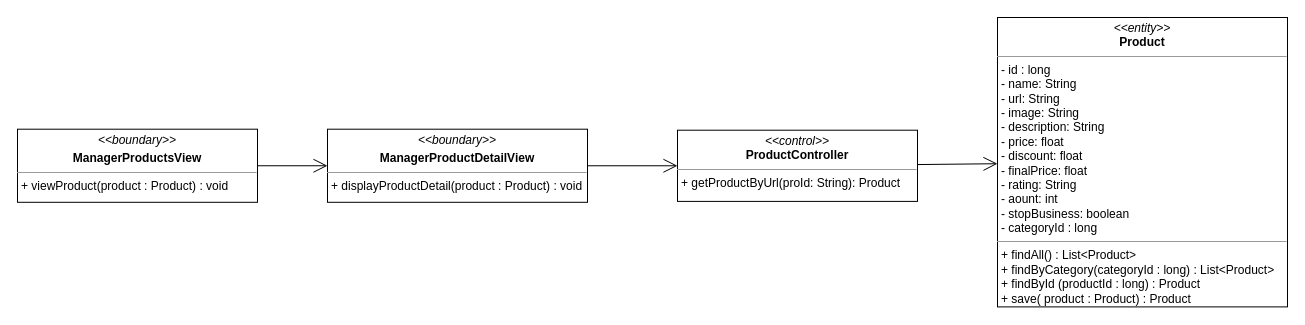
Earlier version of the draw.io diagram class diagram/manager-product-detail-class-diagram.drawio (nguyenphamvan/datn_20202). Source tidied: cells renumbered, new cells numbered last; positions are measured from the earlier drawing's top-left corner, leaving out a move shared by most shapes. Both pictures are drawn from the tidied source at 100%, with x=0, y=0 at pixel (17, 17).
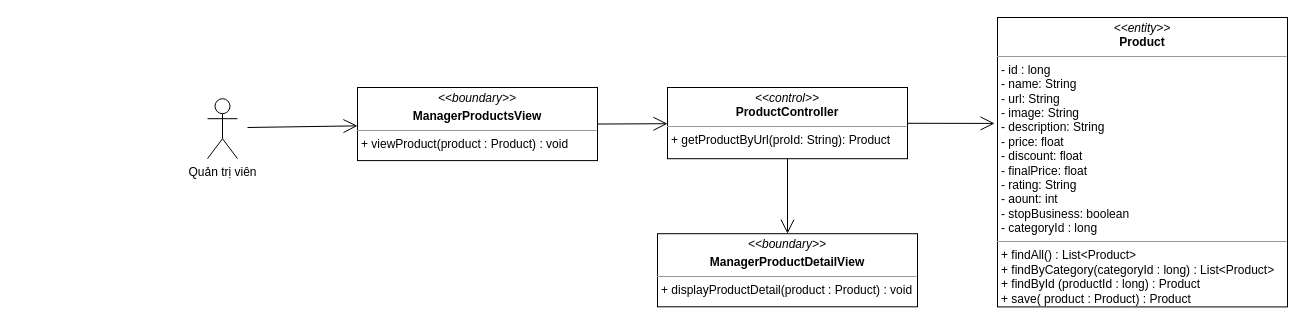
Above is the later version.

What changed in the source:
```diff
@@
 <mxGraphModel>
   <root>
     <mxCell id="0" />
     <mxCell id="1" parent="0" />
     <mxCell id="2" value="&lt;p style=&quot;margin: 0px ; margin-top: 4px ; text-align: center&quot;&gt;&lt;i&gt;&amp;lt;&amp;lt;boundary&amp;gt;&amp;gt;&lt;/i&gt;&lt;/p&gt;&lt;p style=&quot;margin: 0px ; margin-top: 4px ; text-align: center&quot;&gt;&lt;b&gt;ManagerProductsView&lt;/b&gt;&lt;/p&gt;&lt;hr size=&quot;1&quot;&gt;&lt;p style=&quot;margin: 0px ; margin-left: 4px&quot;&gt;+ viewProduct(product : Product) : void&lt;br&gt;&lt;/p&gt;" style="verticalAlign=top;align=left;overflow=fill;fontSize=12;fontFamily=Helvetica;html=1;" parent="1" vertex="1">
-      <mxGeometry y="111.7" width="240" height="73.1" as="geometry" />
+      <mxGeometry x="340" y="70" width="240" height="73.1" as="geometry" />
     </mxCell>
-    <mxCell id="3" style="endArrow=open;endFill=1;endSize=12;html=1;exitX=1;exitY=0.5;exitDx=0;exitDy=0;" parent="1" edge="1" source="2" target="7">
+    <mxCell id="3" style="endArrow=open;endFill=1;endSize=12;html=1;exitX=1;exitY=0.5;exitDx=0;exitDy=0;" parent="1" edge="1" source="2" target="4">
       <mxGeometry relative="1" as="geometry" />
     </mxCell>
     <mxCell id="4" value="&lt;p style=&quot;margin: 0px ; margin-top: 4px ; text-align: center&quot;&gt;&lt;i&gt;&amp;lt;&amp;lt;control&amp;gt;&amp;gt;&lt;/i&gt;&lt;br&gt;&lt;b&gt;ProductController&lt;/b&gt;&lt;/p&gt;&lt;hr size=&quot;1&quot;&gt;&lt;p style=&quot;margin: 0px ; margin-left: 4px&quot;&gt;+ getProductByUrl(proId: String): Product&lt;br&gt;&lt;/p&gt;" style="verticalAlign=top;align=left;overflow=fill;fontSize=12;fontFamily=Helvetica;html=1;" parent="1" vertex="1">
-      <mxGeometry x="660" y="112.7" width="240" height="71.2" as="geometry" />
+      <mxGeometry x="650" y="70" width="240" height="71.2" as="geometry" />
     </mxCell>
     <mxCell id="5" value="&lt;p style=&quot;margin: 0px ; margin-top: 4px ; text-align: center&quot;&gt;&lt;i&gt;&amp;lt;&amp;lt;entity&amp;gt;&amp;gt;&lt;/i&gt;&lt;br&gt;&lt;b&gt;Product&lt;/b&gt;&lt;/p&gt;&lt;hr size=&quot;1&quot;&gt;&lt;p style=&quot;margin: 0px ; margin-left: 4px&quot;&gt;- id : long&lt;/p&gt;&lt;p style=&quot;margin: 0px ; margin-left: 4px&quot;&gt;- name: String&lt;br&gt;- url: String&lt;/p&gt;&lt;p style=&quot;margin: 0px ; margin-left: 4px&quot;&gt;- image: String&lt;/p&gt;&lt;p style=&quot;margin: 0px ; margin-left: 4px&quot;&gt;- description: String&lt;/p&gt;&lt;p style=&quot;margin: 0px ; margin-left: 4px&quot;&gt;- price: float&lt;/p&gt;&lt;p style=&quot;margin: 0px ; margin-left: 4px&quot;&gt;- discount: float&lt;/p&gt;&lt;p style=&quot;margin: 0px ; margin-left: 4px&quot;&gt;- finalPrice: float&lt;/p&gt;&lt;p style=&quot;margin: 0px ; margin-left: 4px&quot;&gt;- rating: String&lt;/p&gt;&lt;p style=&quot;margin: 0px ; margin-left: 4px&quot;&gt;- aount: int&lt;/p&gt;&lt;p style=&quot;margin: 0px ; margin-left: 4px&quot;&gt;- stopBusiness: boolean&lt;/p&gt;&lt;p style=&quot;margin: 0px ; margin-left: 4px&quot;&gt;- categoryId : long&lt;/p&gt;&lt;hr size=&quot;1&quot;&gt;&lt;p style=&quot;margin: 0px 0px 0px 4px&quot;&gt;+ findAll() : List&amp;lt;Product&amp;gt;&lt;/p&gt;&lt;p style=&quot;margin: 0px 0px 0px 4px&quot;&gt;+ findByCategory(categoryId : long) : List&amp;lt;Product&amp;gt;&lt;/p&gt;&lt;p style=&quot;margin: 0px 0px 0px 4px&quot;&gt;+ findById (productId : long) : Product&lt;/p&gt;&lt;p style=&quot;margin: 0px 0px 0px 4px&quot;&gt;+ save( product : Product) : Product&lt;/p&gt;" style="verticalAlign=top;align=left;overflow=fill;fontSize=12;fontFamily=Helvetica;html=1;" parent="1" vertex="1">
       <mxGeometry x="980" width="290" height="289.4" as="geometry" />
     </mxCell>
-    <mxCell id="6" style="endArrow=open;endFill=1;endSize=12;html=1;" parent="1" edge="1" source="4" target="5">
+    <mxCell id="6" style="endArrow=open;endFill=1;endSize=12;html=1;entryX=-0.01;entryY=0.366;entryDx=0;entryDy=0;entryPerimeter=0;" parent="1" edge="1" source="4" target="5">
       <mxGeometry relative="1" as="geometry" />
     </mxCell>
     <mxCell id="7" value="&lt;p style=&quot;margin: 0px ; margin-top: 4px ; text-align: center&quot;&gt;&lt;i&gt;&amp;lt;&amp;lt;boundary&amp;gt;&amp;gt;&lt;/i&gt;&lt;/p&gt;&lt;p style=&quot;margin: 0px ; margin-top: 4px ; text-align: center&quot;&gt;&lt;b&gt;ManagerProductDetailView&lt;/b&gt;&lt;/p&gt;&lt;hr size=&quot;1&quot;&gt;&lt;p style=&quot;margin: 0px ; margin-left: 4px&quot;&gt;&lt;span style=&quot;font-family: &amp;#34;helvetica&amp;#34;&quot;&gt;+ displayProductDetail(product : Product) : void&lt;/span&gt;&lt;br&gt;&lt;/p&gt;" style="verticalAlign=top;align=left;overflow=fill;fontSize=12;fontFamily=Helvetica;html=1;" parent="1" vertex="1">
-      <mxGeometry x="310" y="111.7" width="260" height="73.1" as="geometry" />
+      <mxGeometry x="640" y="216.2" width="260" height="73.1" as="geometry" />
     </mxCell>
-    <mxCell id="8" style="endArrow=open;endFill=1;endSize=12;html=1;" parent="1" edge="1" source="7" target="4">
+    <mxCell id="8" style="endArrow=open;endFill=1;endSize=12;html=1;" parent="1" edge="1" source="4" target="7">
       <mxGeometry relative="1" as="geometry" />
     </mxCell>
+    <mxCell id="9" value="Quản trị viên&lt;br&gt;" style="shape=umlActor;verticalLabelPosition=bottom;verticalAlign=top;html=1;" parent="1" vertex="1">
+      <mxGeometry x="190" y="81.2" width="30" height="60" as="geometry" />
+    </mxCell>
+    <mxCell id="10" style="endArrow=open;endFill=1;endSize=12;html=1;" parent="1" edge="1" target="2">
+      <mxGeometry relative="1" as="geometry">
+        <mxPoint x="230" y="110" as="sourcePoint" />
+      </mxGeometry>
+    </mxCell>
   </root>
 </mxGraphModel>
```
